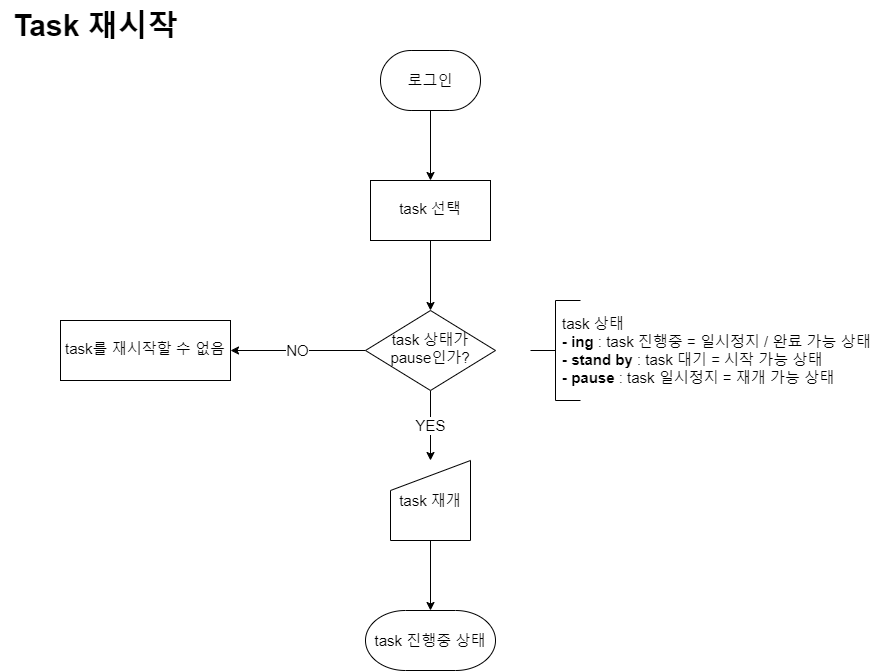
Before: timetodo-flowchart/restarting task.png, a diagram exported from draw.io (MEOHIN/todo-pe). Source tidied: cells renumbered, new cells last; positions are measured from the earlier drawing's top-left corner, leaving out a move shared by most shapes.
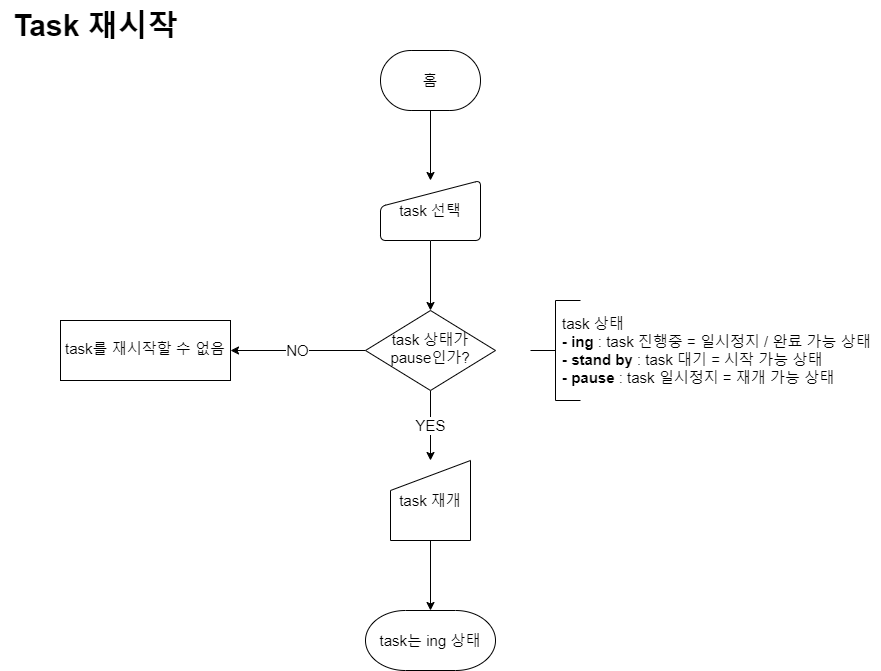
The same diagram one commit later.

Change to the diagram source:
```diff
@@ -2,16 +2,17 @@
   <root>
     <mxCell id="0" />
     <mxCell id="1" parent="0" />
-    <mxCell id="2" style="edgeStyle=orthogonalEdgeStyle;rounded=0;jettySize=auto;html=1;fontSize=15;strokeWidth=1;exitX=0.5;exitY=1;exitDx=0;exitDy=0;exitPerimeter=0;" parent="1" edge="1" source="5" target="4">
-      <mxGeometry relative="1" as="geometry" />
+    <mxCell id="2" style="edgeStyle=orthogonalEdgeStyle;rounded=0;jettySize=auto;html=1;fontSize=15;strokeWidth=1;exitX=0.5;exitY=1;exitDx=0;exitDy=0;exitPerimeter=0;" parent="1" edge="1" source="5">
+      <mxGeometry relative="1" as="geometry">
+        <mxPoint x="430" y="180" as="targetPoint" />
+      </mxGeometry>
     </mxCell>
-    <mxCell id="3" style="edgeStyle=orthogonalEdgeStyle;rounded=0;jettySize=auto;html=1;" parent="1" edge="1" source="4" target="12">
-      <mxGeometry relative="1" as="geometry" />
+    <mxCell id="3" style="edgeStyle=orthogonalEdgeStyle;rounded=0;jettySize=auto;html=1;" parent="1" edge="1" target="12">
+      <mxGeometry relative="1" as="geometry">
+        <mxPoint x="430" y="240" as="sourcePoint" />
+      </mxGeometry>
     </mxCell>
-    <mxCell id="4" value="task 선택" style="whiteSpace=wrap;html=1;fontSize=15;shadow=0;strokeWidth=1;spacing=6;spacingTop=-4;" parent="1" vertex="1">
-      <mxGeometry x="370" y="180" width="120" height="60" as="geometry" />
-    </mxCell>
-    <mxCell id="5" value="로그인" style="strokeWidth=1;html=1;shape=mxgraph.flowchart.terminator;whiteSpace=wrap;fontSize=15;" parent="1" vertex="1">
+    <mxCell id="5" value="홈" style="strokeWidth=1;html=1;shape=mxgraph.flowchart.terminator;whiteSpace=wrap;fontSize=15;" parent="1" vertex="1">
       <mxGeometry x="380" y="50" width="100" height="60" as="geometry" />
     </mxCell>
     <mxCell id="6" style="edgeStyle=orthogonalEdgeStyle;rounded=0;jettySize=auto;html=1;strokeWidth=1;fontSize=15;" parent="1" edge="1" target="8">
@@ -22,7 +23,7 @@
     <mxCell id="7" value="task 재개" style="shape=manualInput;whiteSpace=wrap;html=1;fontSize=15;strokeWidth=1;" parent="1" vertex="1">
       <mxGeometry x="390" y="460" width="80" height="80" as="geometry" />
     </mxCell>
-    <mxCell id="8" value="task 진행중 상태" style="strokeWidth=1;html=1;shape=mxgraph.flowchart.terminator;whiteSpace=wrap;fontSize=15;" parent="1" vertex="1">
+    <mxCell id="8" value="task는 ing 상태" style="strokeWidth=1;html=1;shape=mxgraph.flowchart.terminator;whiteSpace=wrap;fontSize=15;" parent="1" vertex="1">
       <mxGeometry x="365" y="610" width="130" height="60" as="geometry" />
     </mxCell>
     <mxCell id="9" value="Task 재시작" style="text;html=1;align=center;verticalAlign=middle;strokeColor=none;fillColor=none;fontSize=30;fontStyle=1;" parent="1" vertex="1">
@@ -46,5 +47,8 @@
     <mxCell id="15" value="task 상태&lt;br style=&quot;font-size: 15px;&quot;&gt;&lt;b style=&quot;font-size: 15px;&quot;&gt;- ing&lt;/b&gt; : task 진행중 = 일시정지 / 완료 가능 상태&lt;br style=&quot;font-size: 15px;&quot;&gt;&lt;b style=&quot;border-color: var(--border-color);&quot;&gt;- stand by&lt;/b&gt;&amp;nbsp;: task 대기 = 시작 가능 상태&lt;br style=&quot;border-color: var(--border-color);&quot;&gt;&lt;b style=&quot;font-size: 15px;&quot;&gt;- pause&lt;/b&gt; : task 일시정지 = 재개 가능 상태" style="text;html=1;strokeColor=none;fillColor=none;align=left;verticalAlign=middle;whiteSpace=wrap;rounded=0;fontSize=15;strokeWidth=1;" parent="1" vertex="1">
       <mxGeometry x="560" y="300" width="320" height="100" as="geometry" />
     </mxCell>
+    <mxCell id="4" value="task 선택" style="html=1;strokeWidth=1;shape=manualInput;whiteSpace=wrap;rounded=1;size=26;arcSize=11;fontSize=15;" parent="1" vertex="1">
+      <mxGeometry x="380" y="180" width="100" height="60" as="geometry" />
+    </mxCell>
   </root>
 </mxGraphModel>
```
